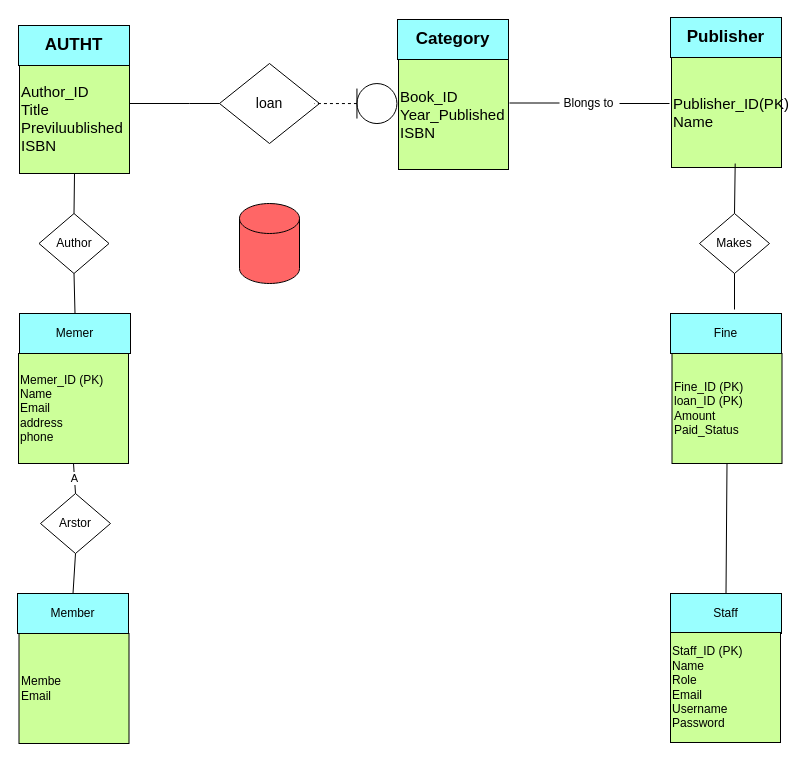
The draw.io diagram ER_Diagram-for-libarary-management-System.drawio in hussaini021/Library_management, before the edit. Source tidied: cells renumbered, new cells numbered last; positions are measured from the earlier drawing's top-left corner, leaving out a move shared by most shapes. Both pictures are drawn from the tidied source at 100%, with x=0, y=0 at pixel (17, 17).
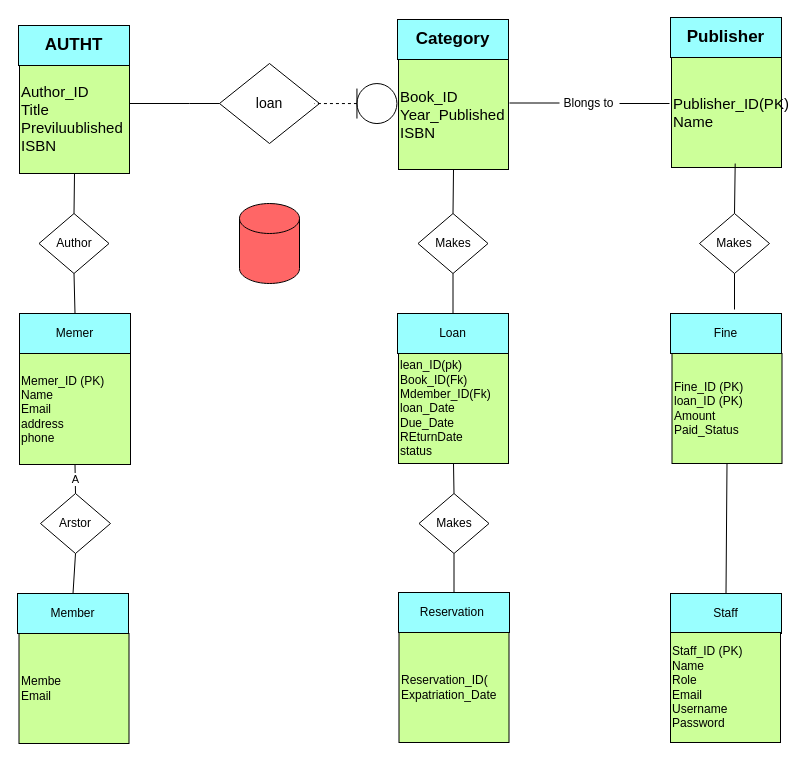
After the change.

Unchanged cells that the change refers to:
```xml
<mxCell id="7" value="&lt;span style=&quot;font-size: 15px;&quot;&gt;Book_ID&lt;/span&gt;&lt;div&gt;&lt;span style=&quot;font-size: 15px;&quot;&gt;Year_Published&lt;/span&gt;&lt;/div&gt;&lt;div&gt;&lt;span style=&quot;font-size: 15px;&quot;&gt;ISBN&lt;/span&gt;&lt;/div&gt;" style="whiteSpace=wrap;html=1;align=left;fillColor=#CCFF99;" parent="1" vertex="1">
  <mxGeometry x="381" y="42" width="110" height="110" as="geometry" />
</mxCell>
```

The edit, as a diff of the source:
```diff
@@
     <mxCell id="17" value="Memer_ID (PK)&lt;div&gt;Name&lt;/div&gt;&lt;div&gt;Email&lt;/div&gt;&lt;div&gt;address&lt;/div&gt;&lt;div&gt;phone&lt;/div&gt;" style="whiteSpace=wrap;html=1;align=left;fillColor=#CCFF99;" parent="1" vertex="1">
-      <mxGeometry x="1" y="336" width="110" height="110" as="geometry" />
+      <mxGeometry x="2" y="336" width="111" height="111" as="geometry" />
     </mxCell>
@@
+    <mxCell id="33" value="Loan" style="rounded=0;whiteSpace=wrap;html=1;fillColor=#99FFFF;" parent="1" vertex="1">
+      <mxGeometry x="380" y="296" width="111" height="40" as="geometry" />
+    </mxCell>
+    <mxCell id="34" value="lean_ID(pk)&lt;div&gt;Book_ID(Fk)&lt;/div&gt;&lt;div&gt;Mdember_ID(Fk)&lt;/div&gt;&lt;div&gt;loan_Date&lt;/div&gt;&lt;div&gt;Due_Date&lt;/div&gt;&lt;div&gt;REturnDate&lt;/div&gt;&lt;div&gt;status&lt;/div&gt;" style="whiteSpace=wrap;html=1;align=left;fillColor=#CCFF99;" parent="1" vertex="1">
+      <mxGeometry x="381" y="336" width="110" height="110" as="geometry" />
+    </mxCell>
+    <mxCell id="35" value="Reservation&amp;nbsp;" style="rounded=0;whiteSpace=wrap;html=1;fillColor=#99FFFF;" parent="1" vertex="1">
+      <mxGeometry x="381" y="575" width="111" height="40" as="geometry" />
+    </mxCell>
+    <mxCell id="36" value="Reservation_ID(&lt;div&gt;Expatriation_Date&lt;/div&gt;" style="whiteSpace=wrap;html=1;align=left;fillColor=#CCFF99;" parent="1" vertex="1">
+      <mxGeometry x="381.5" y="615" width="110" height="110" as="geometry" />
+    </mxCell>
+    <mxCell id="37" value="Makes" style="rhombus;whiteSpace=wrap;html=1;" parent="1" vertex="1">
+      <mxGeometry x="400.5" y="196" width="70" height="60" as="geometry" />
+    </mxCell>
+    <mxCell id="38" style="endArrow=none;html=1;rounded=0;entryX=0.5;entryY=1;entryDx=0;entryDy=0;exitX=0.5;exitY=0;exitDx=0;exitDy=0;" parent="1" edge="1" source="37" target="7">
+      <mxGeometry relative="1" as="geometry" />
+    </mxCell>
+    <mxCell id="39" style="endArrow=none;html=1;rounded=0;entryX=0.5;entryY=0;entryDx=0;entryDy=0;exitX=0.5;exitY=1;exitDx=0;exitDy=0;" parent="1" edge="1" source="37" target="33">
+      <mxGeometry relative="1" as="geometry" />
+    </mxCell>
+    <mxCell id="40" style="endArrow=none;html=1;rounded=0;exitX=0.5;exitY=1;exitDx=0;exitDy=0;entryX=0.5;entryY=0;entryDx=0;entryDy=0;" parent="1" edge="1" source="34" target="42">
+      <mxGeometry relative="1" as="geometry" />
+    </mxCell>
+    <mxCell id="41" style="endArrow=none;html=1;rounded=0;exitX=0.5;exitY=1;exitDx=0;exitDy=0;entryX=0.5;entryY=0;entryDx=0;entryDy=0;" parent="1" edge="1" source="42" target="35">
+      <mxGeometry relative="1" as="geometry" />
+    </mxCell>
+    <mxCell id="42" value="Makes" style="rhombus;whiteSpace=wrap;html=1;" parent="1" vertex="1">
+      <mxGeometry x="401.5" y="476" width="70" height="60" as="geometry" />
+    </mxCell>
```
